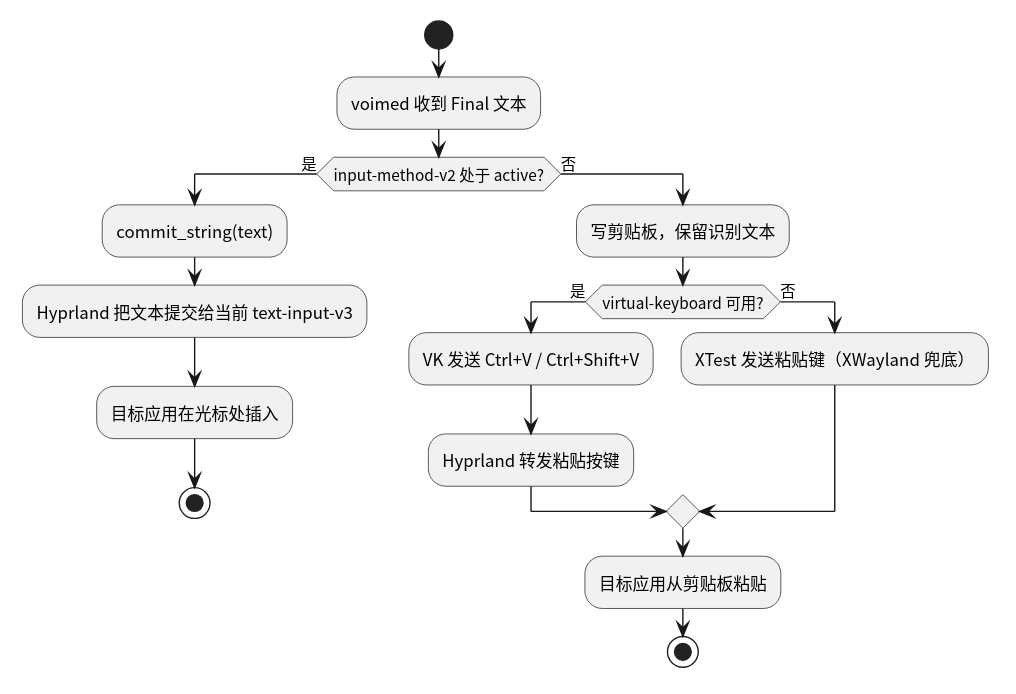
Above: diagram/proposal-delivery.svg in 54m43lJ/voime (PlantUML), before the change. Its diagram source:
```plantuml
@startuml
skinparam defaultFontName "Noto Sans CJK SC"
skinparam shadowing false

start
:voimed 收到 Final 文本;
if (input-method-v2 处于 active?) then (是)
  :commit_string(text);
  :Hyprland 把文本提交给当前 text-input-v3;
  :目标应用在光标处插入;
  stop
else (否)
  :写剪贴板，保留识别文本;
  if (virtual-keyboard 可用?) then (是)
    :VK 发送 Ctrl+V / Ctrl+Shift+V;
    :Hyprland 转发粘贴按键;
  else (否)
    :XTest 发送粘贴键（XWayland 兜底）;
  endif
  :目标应用从剪贴板粘贴;
  stop
endif
@enduml
```
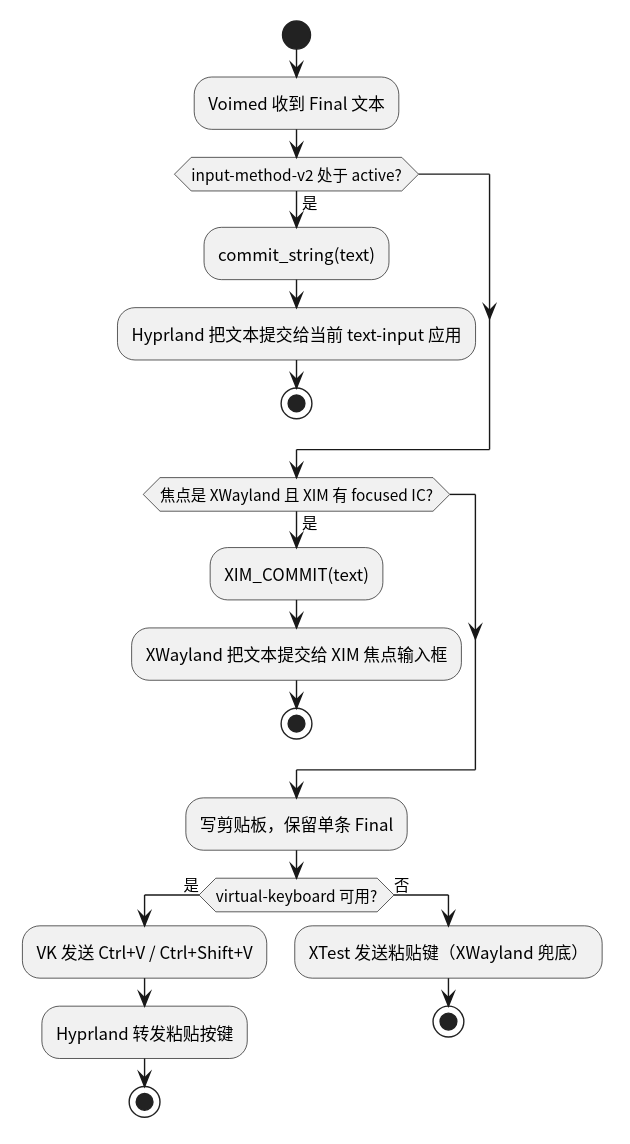
After the commit.

What changed in the source:
```diff
@@ -3,21 +3,26 @@
 skinparam shadowing false
 
 start
-:voimed 收到 Final 文本;
+:Voimed 收到 Final 文本;
 if (input-method-v2 处于 active?) then (是)
   :commit_string(text);
-  :Hyprland 把文本提交给当前 text-input-v3;
-  :目标应用在光标处插入;
+  :Hyprland 把文本提交给当前 text-input 应用;
+  stop
+endif
+
+if (焦点是 XWayland 且 XIM 有 focused IC?) then (是)
+  :XIM_COMMIT(text);
+  :XWayland 把文本提交给 XIM 焦点输入框;
+  stop
+endif
+
+:写剪贴板，保留单条 Final;
+if (virtual-keyboard 可用?) then (是)
+  :VK 发送 Ctrl+V / Ctrl+Shift+V;
+  :Hyprland 转发粘贴按键;
   stop
 else (否)
-  :写剪贴板，保留识别文本;
-  if (virtual-keyboard 可用?) then (是)
-    :VK 发送 Ctrl+V / Ctrl+Shift+V;
-    :Hyprland 转发粘贴按键;
-  else (否)
-    :XTest 发送粘贴键（XWayland 兜底）;
-  endif
-  :目标应用从剪贴板粘贴;
+  :XTest 发送粘贴键（XWayland 兜底）;
   stop
 endif
 @enduml
```
